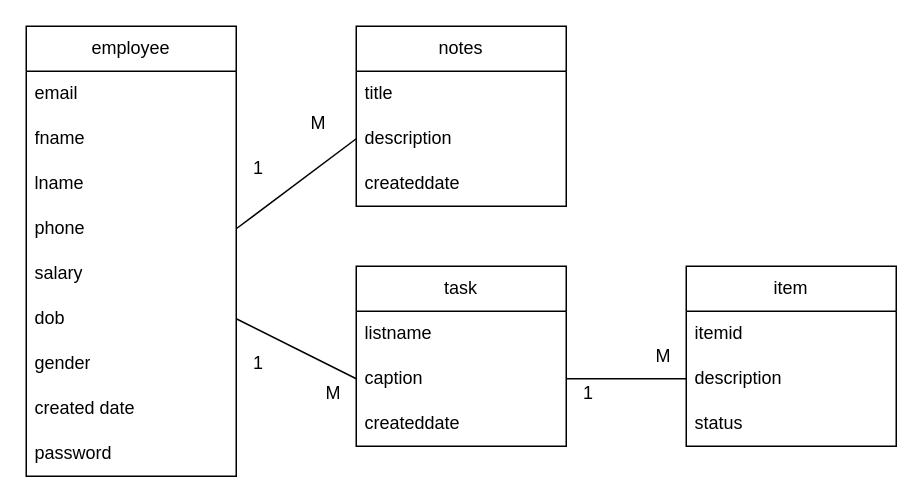
This is designs/Database.drawio from ashfaknawshad/aiphpday1, a draw.io file, before an edit. Source tidied: cells renumbered, new cells numbered last; positions are measured from the earlier drawing's top-left corner, leaving out a move shared by most shapes. Both pictures are drawn from the tidied source at 150%, with x=0, y=0 at pixel (26, 26).
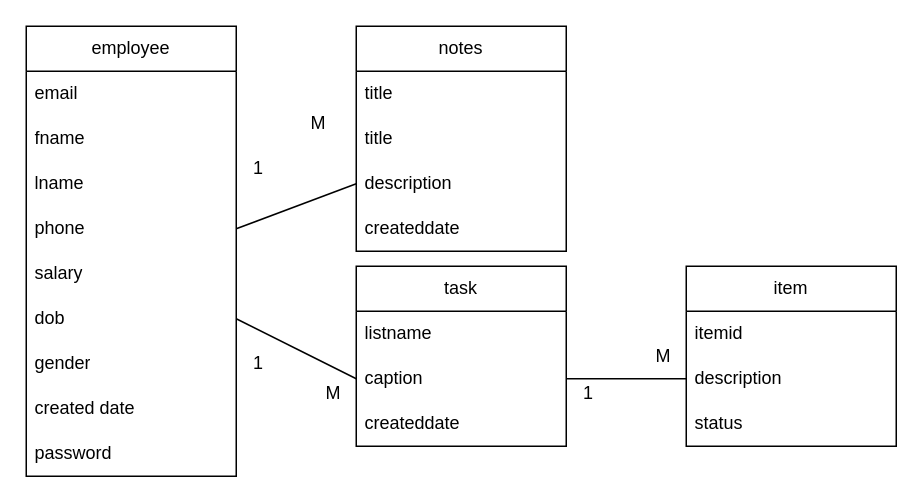
The same page after the edit.

What changed in the source:
```diff
@@
     <mxCell id="12" value="notes" style="swimlane;fontStyle=0;horizontal=1;startSize=30;whiteSpace=wrap;html=1;" parent="1" vertex="1">
-      <mxGeometry x="220" width="140" height="120" as="geometry" />
+      <mxGeometry x="220" width="140" height="150" as="geometry" />
     </mxCell>
+    <mxCell id="33" value="title" style="text;strokeColor=none;fillColor=none;align=left;verticalAlign=middle;spacingLeft=4;spacingRight=4;overflow=hidden;whiteSpace=wrap;html=1;" parent="12" vertex="1">
+      <mxGeometry y="30" width="140" height="30" as="geometry" />
+    </mxCell>
     <mxCell id="13" value="title" style="text;strokeColor=none;fillColor=none;align=left;verticalAlign=middle;spacingLeft=4;spacingRight=4;overflow=hidden;whiteSpace=wrap;html=1;" parent="12" vertex="1">
-      <mxGeometry y="30" width="140" height="30" as="geometry" />
+      <mxGeometry y="60" width="140" height="30" as="geometry" />
     </mxCell>
     <mxCell id="14" value="description" style="text;strokeColor=none;fillColor=none;align=left;verticalAlign=middle;spacingLeft=4;spacingRight=4;overflow=hidden;points=[[0,0.5],[1,0.5]];portConstraint=eastwest;whiteSpace=wrap;html=1;" parent="12" vertex="1">
-      <mxGeometry y="60" width="140" height="30" as="geometry" />
+      <mxGeometry y="90" width="140" height="30" as="geometry" />
     </mxCell>
     <mxCell id="15" value="createddate" style="text;strokeColor=none;fillColor=none;align=left;verticalAlign=middle;spacingLeft=4;spacingRight=4;overflow=hidden;whiteSpace=wrap;html=1;" parent="12" vertex="1">
-      <mxGeometry y="90" width="140" height="30" as="geometry" />
+      <mxGeometry y="120" width="140" height="30" as="geometry" />
     </mxCell>
```
